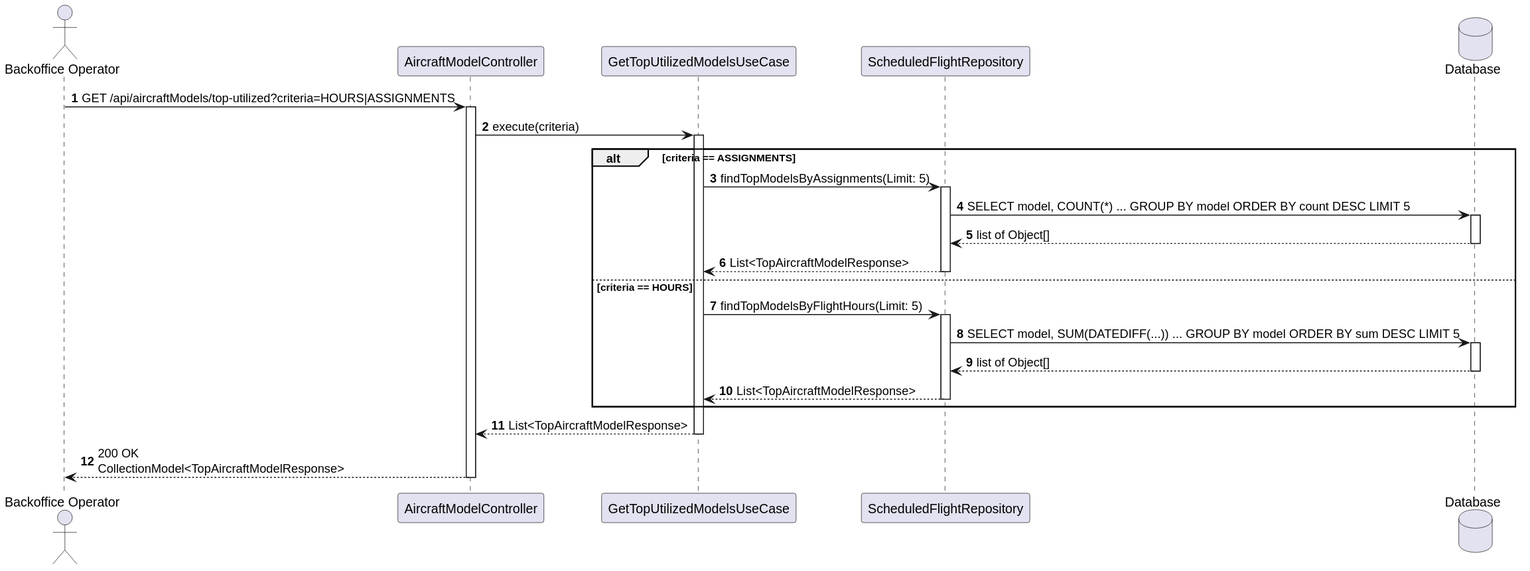
Above: docs/system-documentation/use-cases/WP1B/US204/svg/sd_us204.svg in VascoMagolo/psoft_1231562_1241692_1242036_2db (PlantUML), before the change. The source it was exported from:
```plantuml
@startuml
autonumber
actor "Backoffice Operator" as BO
participant "AircraftModelController" as Ctrl
participant "GetTopUtilizedModelsUseCase" as UC
participant "ScheduledFlightRepository" as FlightRepo
database "Database" as DB

BO -> Ctrl : GET /api/aircraftModels/top-utilized?criteria=HOURS|ASSIGNMENTS
activate Ctrl

Ctrl -> UC : execute(criteria)
activate UC

alt criteria == ASSIGNMENTS
    UC -> FlightRepo : findTopModelsByAssignments(Limit: 5)
    activate FlightRepo
    FlightRepo -> DB : SELECT model, COUNT(*) ... GROUP BY model ORDER BY count DESC LIMIT 5
    activate DB
    DB --> FlightRepo : list of Object[]
    deactivate DB
    FlightRepo --> UC : List<TopAircraftModelResponse>
    deactivate FlightRepo
else criteria == HOURS
    UC -> FlightRepo : findTopModelsByFlightHours(Limit: 5)
    activate FlightRepo
    FlightRepo -> DB : SELECT model, SUM(DATEDIFF(...)) ... GROUP BY model ORDER BY sum DESC LIMIT 5
    activate DB
    DB --> FlightRepo : list of Object[]
    deactivate DB
    FlightRepo --> UC : List<TopAircraftModelResponse>
    deactivate FlightRepo
end

UC --> Ctrl : List<TopAircraftModelResponse>
deactivate UC
Ctrl --> BO : 200 OK\nCollectionModel<TopAircraftModelResponse>
deactivate Ctrl
@enduml
```
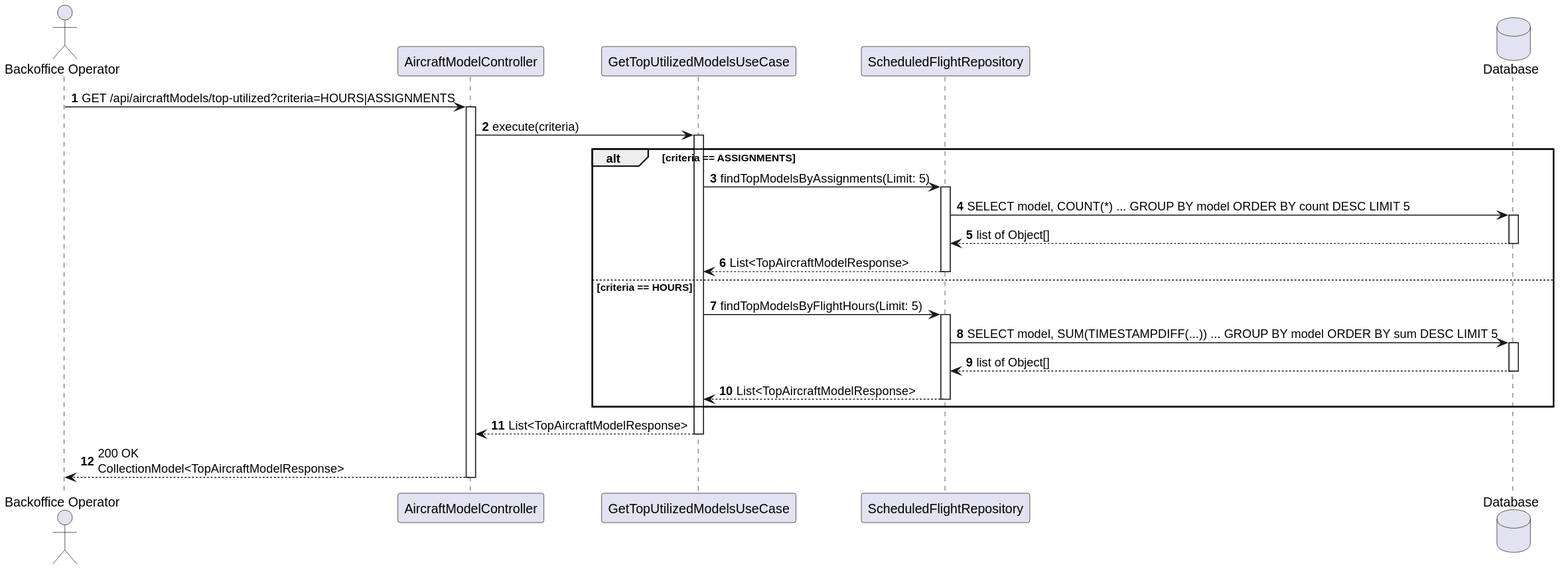
The same diagram one commit later.

The edit, as a diff of the source:
```diff
@@ -24,7 +24,7 @@
 else criteria == HOURS
     UC -> FlightRepo : findTopModelsByFlightHours(Limit: 5)
     activate FlightRepo
-    FlightRepo -> DB : SELECT model, SUM(DATEDIFF(...)) ... GROUP BY model ORDER BY sum DESC LIMIT 5
+    FlightRepo -> DB : SELECT model, SUM(TIMESTAMPDIFF(...)) ... GROUP BY model ORDER BY sum DESC LIMIT 5
     activate DB
     DB --> FlightRepo : list of Object[]
     deactivate DB
```
